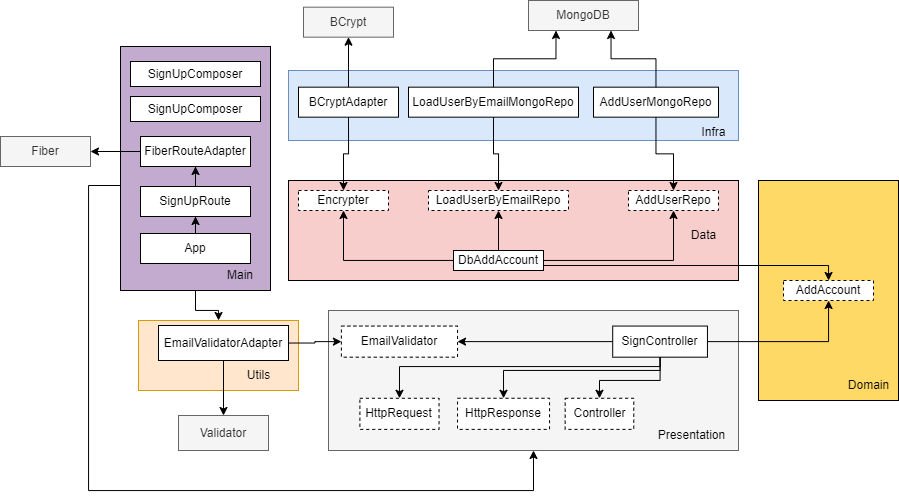
Above: architectural-design.png in bernardo-zuchowski/programming-lang-survey (draw.io), before the change. Source tidied: cells renumbered, new cells last; positions are measured from the earlier drawing's top-left corner, leaving out a move shared by most shapes. Source of this version:
```xml
<mxGraphModel>
  <root>
    <mxCell id="0" />
    <mxCell id="1" parent="0" />
    <mxCell id="2" style="rounded=0;whiteSpace=wrap;html=1;fillColor=#ffe6cc;strokeColor=#d79b00;" parent="1" vertex="1">
      <mxGeometry x="138" y="320" width="160" height="70" as="geometry" />
    </mxCell>
    <mxCell id="3" style="group;rounded=0;" parent="1" vertex="1">
      <mxGeometry x="328" y="310" width="410" height="140" as="geometry" />
    </mxCell>
    <mxCell id="4" style="rounded=0;whiteSpace=wrap;html=1;fillColor=#f5f5f5;fontColor=#333333;strokeColor=#666666;" parent="3" vertex="1">
      <mxGeometry width="410" height="140" as="geometry" />
    </mxCell>
    <mxCell id="5" value="Presentation" style="text;html=1;align=center;verticalAlign=middle;strokeColor=none;fillColor=none;rounded=0;" parent="3" vertex="1">
      <mxGeometry x="317.8" y="110" width="90" height="30" as="geometry" />
    </mxCell>
    <mxCell id="6" style="group;rounded=0;" parent="1" vertex="1">
      <mxGeometry x="758" y="180" width="140" height="220" as="geometry" />
    </mxCell>
    <mxCell id="7" style="rounded=0;whiteSpace=wrap;html=1;fillColor=#FFD966;" parent="6" vertex="1">
      <mxGeometry width="140" height="220" as="geometry" />
    </mxCell>
    <mxCell id="8" value="Domain" style="text;html=1;align=center;verticalAlign=middle;strokeColor=none;fillColor=none;rounded=0;" parent="6" vertex="1">
      <mxGeometry x="80" y="190" width="60" height="30" as="geometry" />
    </mxCell>
    <mxCell id="9" style="group;rounded=0;" parent="1" vertex="1">
      <mxGeometry x="288" y="70" width="450" height="70" as="geometry" />
    </mxCell>
    <mxCell id="10" style="rounded=0;whiteSpace=wrap;html=1;fillColor=#dae8fc;strokeColor=#6c8ebf;" parent="9" vertex="1">
      <mxGeometry width="450" height="70" as="geometry" />
    </mxCell>
    <mxCell id="11" value="Infra" style="text;html=1;align=center;verticalAlign=middle;strokeColor=none;fillColor=none;rounded=0;" parent="9" vertex="1">
      <mxGeometry x="400" y="46.7" width="50" height="30" as="geometry" />
    </mxCell>
    <mxCell id="12" value="BCryptAdapter" style="rounded=0;whiteSpace=wrap;html=1;" parent="9" vertex="1">
      <mxGeometry x="10" y="16.7" width="100" height="30" as="geometry" />
    </mxCell>
    <mxCell id="13" value="BCrypt" style="rounded=0;whiteSpace=wrap;html=1;fillColor=#f5f5f5;fontColor=#333333;strokeColor=#666666;" parent="9" vertex="1">
      <mxGeometry x="15" y="-63.3" width="90" height="30" as="geometry" />
    </mxCell>
    <mxCell id="14" style="edgeStyle=orthogonalEdgeStyle;rounded=0;jettySize=auto;html=1;entryX=0.5;entryY=1;entryDx=0;entryDy=0;fontSize=12;endArrow=classic;endFill=1;" parent="9" edge="1" source="12" target="13">
      <mxGeometry relative="1" as="geometry" />
    </mxCell>
    <mxCell id="15" value="LoadUserByEmailMongoRepo" style="rounded=0;whiteSpace=wrap;html=1;" parent="9" vertex="1">
      <mxGeometry x="120" y="16.7" width="170" height="30" as="geometry" />
    </mxCell>
    <mxCell id="16" value="AddUserMongoRepo" style="rounded=0;whiteSpace=wrap;html=1;" parent="9" vertex="1">
      <mxGeometry x="305" y="16.7" width="125" height="30" as="geometry" />
    </mxCell>
    <mxCell id="17" style="edgeStyle=orthogonalEdgeStyle;rounded=0;jettySize=auto;html=1;" parent="1" edge="1" source="43" target="19">
      <mxGeometry relative="1" as="geometry" />
    </mxCell>
    <mxCell id="18" value="Validator" style="whiteSpace=wrap;html=1;rounded=0;fillColor=#f5f5f5;fontColor=#333333;strokeColor=#666666;" parent="1" vertex="1">
      <mxGeometry x="178" y="415" width="90" height="35" as="geometry" />
    </mxCell>
    <mxCell id="19" value="AddAccount" style="rounded=0;whiteSpace=wrap;html=1;dashed=1;" parent="1" vertex="1">
      <mxGeometry x="783" y="280" width="90" height="20" as="geometry" />
    </mxCell>
    <mxCell id="20" style="rounded=0;whiteSpace=wrap;html=1;fillColor=#F8CECC;" parent="1" vertex="1">
      <mxGeometry x="288" y="180" width="450" height="100" as="geometry" />
    </mxCell>
    <mxCell id="21" value="Data" style="text;html=1;align=center;verticalAlign=middle;strokeColor=none;fillColor=none;rounded=0;" parent="1" vertex="1">
      <mxGeometry x="678" y="220" width="50" height="30" as="geometry" />
    </mxCell>
    <mxCell id="22" style="edgeStyle=orthogonalEdgeStyle;rounded=0;jettySize=auto;html=1;entryX=0.5;entryY=1;entryDx=0;entryDy=0;" parent="1" edge="1" source="26" target="27">
      <mxGeometry relative="1" as="geometry" />
    </mxCell>
    <mxCell id="23" style="edgeStyle=orthogonalEdgeStyle;rounded=0;jettySize=auto;html=1;exitX=1;exitY=0.75;exitDx=0;exitDy=0;" parent="1" edge="1" source="26" target="19">
      <mxGeometry relative="1" as="geometry">
        <Array as="points">
          <mxPoint x="828" y="265" />
        </Array>
      </mxGeometry>
    </mxCell>
    <mxCell id="24" style="edgeStyle=orthogonalEdgeStyle;rounded=0;jettySize=auto;html=1;fontSize=12;endArrow=classic;endFill=1;" parent="1" edge="1" source="26" target="31">
      <mxGeometry relative="1" as="geometry" />
    </mxCell>
    <mxCell id="25" style="edgeStyle=orthogonalEdgeStyle;rounded=0;jettySize=auto;html=1;entryX=0.5;entryY=1;entryDx=0;entryDy=0;fontSize=12;endArrow=classic;endFill=1;" parent="1" edge="1" source="26" target="37">
      <mxGeometry relative="1" as="geometry" />
    </mxCell>
    <mxCell id="26" value="DbAddAccount" style="rounded=0;whiteSpace=wrap;html=1;" parent="1" vertex="1">
      <mxGeometry x="453" y="250" width="90" height="20" as="geometry" />
    </mxCell>
    <mxCell id="27" value="Encrypter" style="rounded=0;whiteSpace=wrap;html=1;dashed=1;" parent="1" vertex="1">
      <mxGeometry x="298" y="190" width="90" height="20" as="geometry" />
    </mxCell>
    <mxCell id="28" style="edgeStyle=orthogonalEdgeStyle;rounded=0;jettySize=auto;html=1;endArrow=classic;endFill=1;" parent="1" edge="1" source="16" target="31">
      <mxGeometry relative="1" as="geometry" />
    </mxCell>
    <mxCell id="29" style="edgeStyle=orthogonalEdgeStyle;rounded=0;jettySize=auto;html=1;entryX=0.75;entryY=1;entryDx=0;entryDy=0;fontSize=12;endArrow=classic;endFill=1;" parent="1" edge="1" source="16" target="30">
      <mxGeometry relative="1" as="geometry" />
    </mxCell>
    <mxCell id="30" value="MongoDB" style="rounded=0;whiteSpace=wrap;html=1;fillColor=#f5f5f5;fontColor=#333333;strokeColor=#666666;" parent="1" vertex="1">
      <mxGeometry x="528" width="110" height="30" as="geometry" />
    </mxCell>
    <mxCell id="31" value="AddUserRepo" style="rounded=0;whiteSpace=wrap;html=1;dashed=1;" parent="1" vertex="1">
      <mxGeometry x="628" y="190" width="90" height="20" as="geometry" />
    </mxCell>
    <mxCell id="32" style="edgeStyle=orthogonalEdgeStyle;rounded=0;jettySize=auto;html=1;" parent="1" edge="1" source="33" target="40">
      <mxGeometry relative="1" as="geometry" />
    </mxCell>
    <mxCell id="33" value="EmailValidatorAdapter" style="rounded=0;whiteSpace=wrap;html=1;" parent="1" vertex="1">
      <mxGeometry x="158" y="325" width="130" height="35" as="geometry" />
    </mxCell>
    <mxCell id="34" style="edgeStyle=orthogonalEdgeStyle;rounded=0;jettySize=auto;html=1;" parent="1" edge="1" source="33" target="18">
      <mxGeometry relative="1" as="geometry" />
    </mxCell>
    <mxCell id="35" style="edgeStyle=orthogonalEdgeStyle;rounded=0;jettySize=auto;html=1;entryX=0.5;entryY=0;entryDx=0;entryDy=0;fontSize=12;endArrow=classic;exitX=0.5;exitY=1;exitDx=0;exitDy=0;endFill=1;" parent="1" edge="1" source="12" target="27">
      <mxGeometry relative="1" as="geometry" />
    </mxCell>
    <mxCell id="36" style="edgeStyle=orthogonalEdgeStyle;rounded=0;jettySize=auto;html=1;entryX=0.25;entryY=1;entryDx=0;entryDy=0;fontSize=12;endArrow=classic;endFill=1;" parent="1" edge="1" source="15" target="30">
      <mxGeometry relative="1" as="geometry" />
    </mxCell>
    <mxCell id="37" value="LoadUserByEmailRepo" style="rounded=0;whiteSpace=wrap;html=1;dashed=1;" parent="1" vertex="1">
      <mxGeometry x="428" y="190" width="140" height="20" as="geometry" />
    </mxCell>
    <mxCell id="38" style="edgeStyle=orthogonalEdgeStyle;rounded=0;jettySize=auto;html=1;entryX=0.5;entryY=0;entryDx=0;entryDy=0;fontSize=12;endArrow=classic;endFill=1;" parent="1" edge="1" source="15" target="37">
      <mxGeometry relative="1" as="geometry" />
    </mxCell>
    <mxCell id="39" value="Controller" style="rounded=0;whiteSpace=wrap;html=1;dashed=1;" parent="1" vertex="1">
      <mxGeometry x="564.7" y="397.8" width="68.6" height="31.1" as="geometry" />
    </mxCell>
    <mxCell id="40" value="EmailValidator" style="rounded=0;whiteSpace=wrap;html=1;dashed=1;" parent="1" vertex="1">
      <mxGeometry x="340.9" y="325.6" width="116.1" height="31.1" as="geometry" />
    </mxCell>
    <mxCell id="41" style="edgeStyle=orthogonalEdgeStyle;rounded=0;jettySize=auto;html=1;entryX=0.5;entryY=0;entryDx=0;entryDy=0;fontSize=12;endArrow=classic;endFill=1;" parent="1" edge="1" source="43" target="47">
      <mxGeometry relative="1" as="geometry">
        <Array as="points">
          <mxPoint x="660" y="370" />
          <mxPoint x="503" y="370" />
        </Array>
      </mxGeometry>
    </mxCell>
    <mxCell id="42" style="edgeStyle=orthogonalEdgeStyle;rounded=0;jettySize=auto;html=1;entryX=0.5;entryY=0;entryDx=0;entryDy=0;fontSize=12;endArrow=classic;endFill=1;" parent="1" edge="1" source="43" target="46">
      <mxGeometry relative="1" as="geometry">
        <Array as="points">
          <mxPoint x="660" y="366" />
          <mxPoint x="399" y="366" />
        </Array>
      </mxGeometry>
    </mxCell>
    <mxCell id="43" value="SignController" style="rounded=0;whiteSpace=wrap;html=1;" parent="1" vertex="1">
      <mxGeometry x="612.2" y="325.6" width="94.7" height="31.1" as="geometry" />
    </mxCell>
    <mxCell id="44" style="edgeStyle=orthogonalEdgeStyle;rounded=0;jettySize=auto;html=1;entryX=0.5;entryY=0;entryDx=0;entryDy=0;" parent="1" edge="1" source="43" target="39">
      <mxGeometry relative="1" as="geometry">
        <Array as="points">
          <mxPoint x="660" y="380" />
          <mxPoint x="599" y="380" />
        </Array>
      </mxGeometry>
    </mxCell>
    <mxCell id="45" style="edgeStyle=orthogonalEdgeStyle;rounded=0;jettySize=auto;html=1;" parent="1" edge="1" source="43" target="40">
      <mxGeometry relative="1" as="geometry" />
    </mxCell>
    <mxCell id="46" value="HttpRequest" style="rounded=0;whiteSpace=wrap;html=1;dashed=1;" parent="1" vertex="1">
      <mxGeometry x="359.4" y="397.8" width="79.1" height="31.1" as="geometry" />
    </mxCell>
    <mxCell id="47" value="HttpResponse" style="rounded=0;whiteSpace=wrap;html=1;dashed=1;" parent="1" vertex="1">
      <mxGeometry x="457" y="397.8" width="92" height="31.1" as="geometry" />
    </mxCell>
    <mxCell id="48" value="Utils" style="text;html=1;align=center;verticalAlign=middle;strokeColor=none;fillColor=none;rounded=0;" parent="1" vertex="1">
      <mxGeometry x="233" y="360" width="50" height="30" as="geometry" />
    </mxCell>
    <mxCell id="49" style="edgeStyle=orthogonalEdgeStyle;rounded=0;jettySize=auto;html=1;entryX=0.5;entryY=1;entryDx=0;entryDy=0;fontSize=12;endArrow=classic;endFill=1;" parent="1" edge="1" source="51" target="4">
      <mxGeometry relative="1" as="geometry">
        <Array as="points">
          <mxPoint x="88" y="185" />
          <mxPoint x="88" y="490" />
          <mxPoint x="533" y="490" />
        </Array>
      </mxGeometry>
    </mxCell>
    <mxCell id="50" style="edgeStyle=orthogonalEdgeStyle;rounded=0;jettySize=auto;html=1;entryX=0.5;entryY=0;entryDx=0;entryDy=0;fontSize=12;endArrow=classic;endFill=1;" parent="1" edge="1" source="51" target="2">
      <mxGeometry relative="1" as="geometry" />
    </mxCell>
    <mxCell id="51" style="rounded=0;whiteSpace=wrap;html=1;glass=0;fillStyle=auto;fontSize=16;fillColor=#C3ABD0;gradientColor=none;" parent="1" vertex="1">
      <mxGeometry x="120" y="46" width="150" height="244" as="geometry" />
    </mxCell>
    <mxCell id="52" value="&lt;font style=&quot;font-size: 12px;&quot;&gt;Main&lt;/font&gt;" style="text;html=1;strokeColor=none;fillColor=none;align=center;verticalAlign=middle;whiteSpace=wrap;rounded=0;glass=0;fillStyle=auto;fontSize=16;" parent="1" vertex="1">
      <mxGeometry x="210" y="258" width="60" height="30" as="geometry" />
    </mxCell>
    <mxCell id="53" value="SignUpComposer" style="rounded=0;whiteSpace=wrap;html=1;fontSize=12;" parent="1" vertex="1">
      <mxGeometry x="130" y="61" width="130" height="25" as="geometry" />
    </mxCell>
    <mxCell id="54" value="SignUpComposer" style="rounded=0;whiteSpace=wrap;html=1;fontSize=12;" parent="1" vertex="1">
      <mxGeometry x="130" y="96" width="130" height="25" as="geometry" />
    </mxCell>
    <mxCell id="55" value="Fiber" style="rounded=0;whiteSpace=wrap;html=1;fillColor=#f5f5f5;fontColor=#333333;strokeColor=#666666;" parent="1" vertex="1">
      <mxGeometry y="136" width="90" height="30" as="geometry" />
    </mxCell>
    <mxCell id="56" style="edgeStyle=orthogonalEdgeStyle;rounded=0;jettySize=auto;html=1;" parent="1" edge="1" source="57" target="55">
      <mxGeometry relative="1" as="geometry" />
    </mxCell>
    <mxCell id="57" value="FiberRouteAdapter" style="rounded=0;whiteSpace=wrap;html=1;" parent="1" vertex="1">
      <mxGeometry x="140" y="136" width="110" height="30" as="geometry" />
    </mxCell>
    <mxCell id="58" style="edgeStyle=orthogonalEdgeStyle;rounded=0;jettySize=auto;html=1;fontSize=12;endArrow=classic;endFill=1;" parent="1" edge="1" source="59" target="61">
      <mxGeometry relative="1" as="geometry" />
    </mxCell>
    <mxCell id="59" value="App" style="rounded=0;whiteSpace=wrap;html=1;" parent="1" vertex="1">
      <mxGeometry x="140" y="233" width="110" height="30" as="geometry" />
    </mxCell>
    <mxCell id="60" style="edgeStyle=orthogonalEdgeStyle;rounded=0;jettySize=auto;html=1;entryX=0.5;entryY=1;entryDx=0;entryDy=0;fontSize=12;endArrow=classic;endFill=1;" parent="1" edge="1" source="61" target="57">
      <mxGeometry relative="1" as="geometry" />
    </mxCell>
    <mxCell id="61" value="SignUpRoute" style="rounded=0;whiteSpace=wrap;html=1;" parent="1" vertex="1">
      <mxGeometry x="140" y="186" width="110" height="30" as="geometry" />
    </mxCell>
  </root>
</mxGraphModel>
```
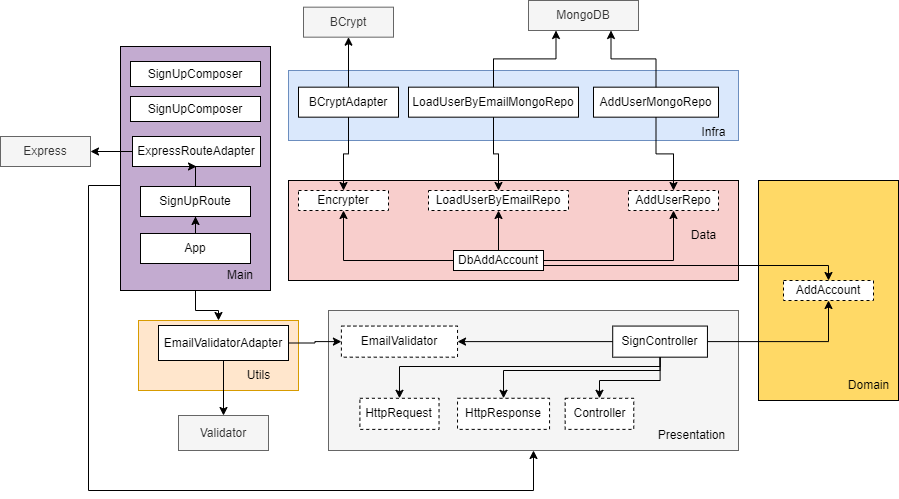
After the change.

Commit message:
chore: add architecture design

Diff of the diagram source:
```diff
@@ -186,14 +186,14 @@
     <mxCell id="54" value="SignUpComposer" style="rounded=0;whiteSpace=wrap;html=1;fontSize=12;" parent="1" vertex="1">
       <mxGeometry x="130" y="96" width="130" height="25" as="geometry" />
     </mxCell>
-    <mxCell id="55" value="Fiber" style="rounded=0;whiteSpace=wrap;html=1;fillColor=#f5f5f5;fontColor=#333333;strokeColor=#666666;" parent="1" vertex="1">
+    <mxCell id="55" value="Express" style="rounded=0;whiteSpace=wrap;html=1;fillColor=#f5f5f5;fontColor=#333333;strokeColor=#666666;" parent="1" vertex="1">
       <mxGeometry y="136" width="90" height="30" as="geometry" />
     </mxCell>
     <mxCell id="56" style="edgeStyle=orthogonalEdgeStyle;rounded=0;jettySize=auto;html=1;" parent="1" edge="1" source="57" target="55">
       <mxGeometry relative="1" as="geometry" />
     </mxCell>
-    <mxCell id="57" value="FiberRouteAdapter" style="rounded=0;whiteSpace=wrap;html=1;" parent="1" vertex="1">
-      <mxGeometry x="140" y="136" width="110" height="30" as="geometry" />
+    <mxCell id="57" value="ExpressRouteAdapter" style="rounded=0;whiteSpace=wrap;html=1;" parent="1" vertex="1">
+      <mxGeometry x="132" y="136" width="128" height="30" as="geometry" />
     </mxCell>
     <mxCell id="58" style="edgeStyle=orthogonalEdgeStyle;rounded=0;jettySize=auto;html=1;fontSize=12;endArrow=classic;endFill=1;" parent="1" edge="1" source="59" target="61">
       <mxGeometry relative="1" as="geometry" />
```
